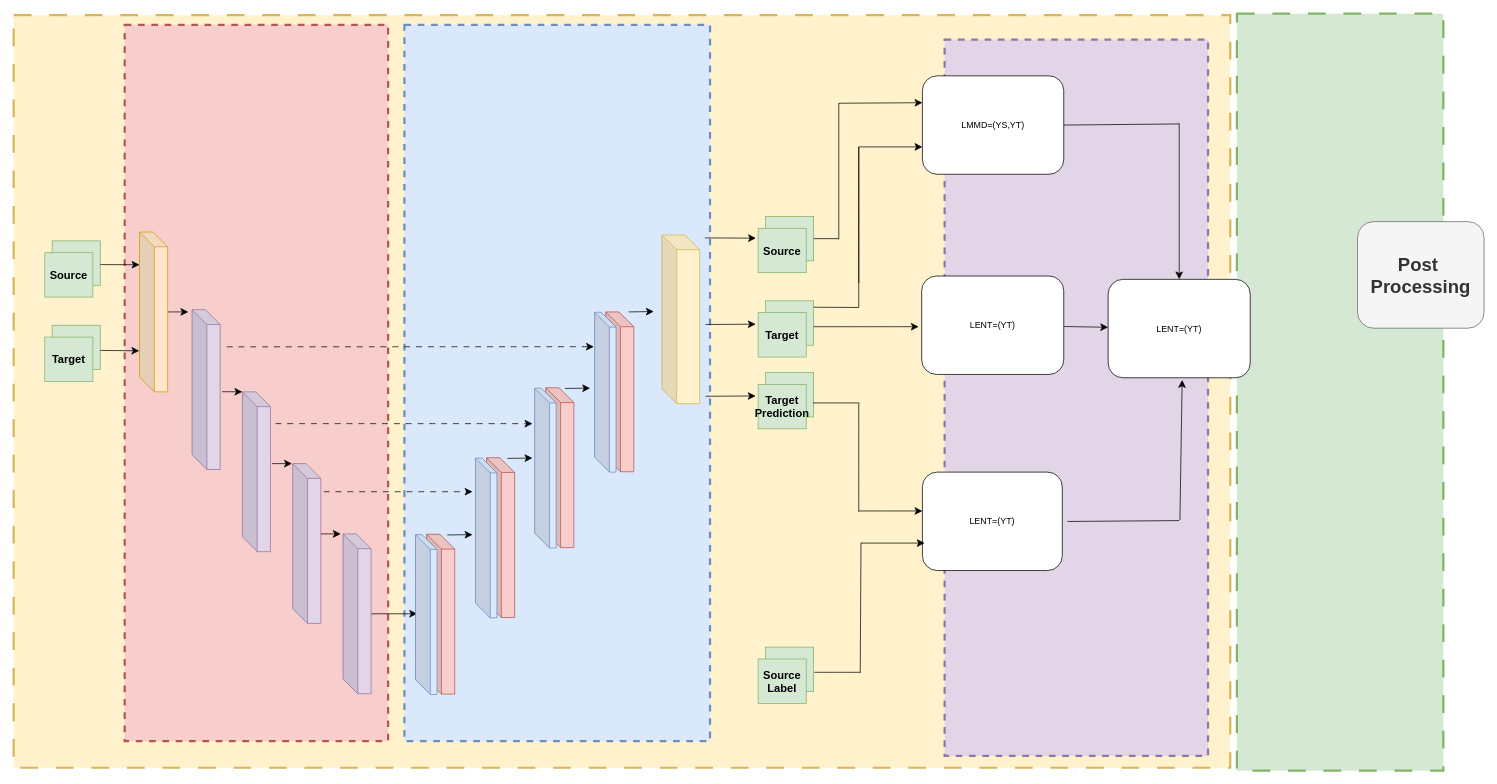
The draw.io diagram Spatina Net.drawio in Yingda-Yu/Spartina-Earth, before the edit. Source tidied: cells renumbered, new cells numbered last; positions are measured from the earlier drawing's top-left corner, leaving out a move shared by most shapes. Both pictures are drawn from the tidied source at 74%, with x=0, y=0 at pixel (13, 13).
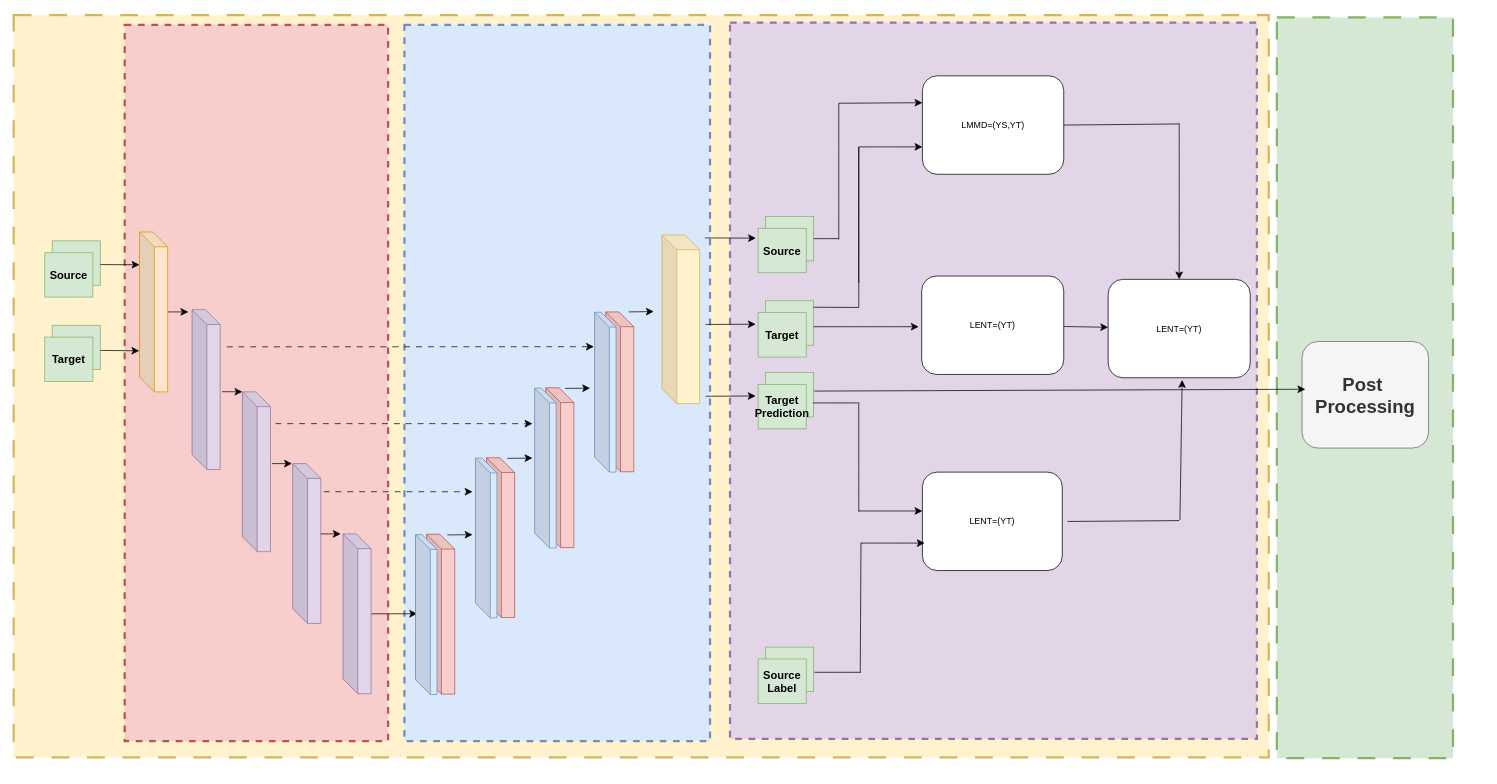
The same page after the edit.

Diff of the diagram source:
```diff
@@
     <mxCell id="2" style="verticalLabelPosition=bottom;verticalAlign=top;html=1;shape=mxgraph.basic.rect;fillColor2=none;strokeWidth=3;size=0;indent=5;dashed=1;dashPattern=8 8;strokeColor=#d6b656;fillColor=#fff2cc;" parent="1" vertex="1">
-      <mxGeometry y="2" width="1644" height="1017" as="geometry" />
+      <mxGeometry y="2" width="1696" height="1003" as="geometry" />
     </mxCell>
@@
     <mxCell id="5" style="verticalLabelPosition=bottom;verticalAlign=top;html=1;shape=mxgraph.basic.rect;fillColor2=none;strokeWidth=3;size=0;indent=5;dashed=1;dashPattern=8 8;strokeColor=#82b366;fillColor=#d5e8d4;" parent="1" vertex="1">
-      <mxGeometry x="1653" width="279" height="1023" as="geometry" />
+      <mxGeometry x="1707" y="5" width="238" height="1001" as="geometry" />
     </mxCell>
     <mxCell id="6" style="verticalLabelPosition=bottom;verticalAlign=top;html=1;shape=mxgraph.basic.rect;fillColor2=none;strokeWidth=3;size=0;indent=5;dashed=1;strokeColor=#9673a6;fillColor=#e1d5e7;" parent="1" vertex="1">
-      <mxGeometry x="1258" y="35" width="356" height="968" as="geometry" />
+      <mxGeometry x="968" y="12" width="712" height="968" as="geometry" />
     </mxCell>
@@
     <mxCell id="25" value="&lt;font style=&quot;font-size: 25px;&quot;&gt;&lt;b&gt;Post&amp;nbsp;&lt;/b&gt;&lt;/font&gt;&lt;div&gt;&lt;font style=&quot;font-size: 25px;&quot;&gt;&lt;b&gt;Processing&lt;/b&gt;&lt;/font&gt;&lt;/div&gt;" style="rounded=1;whiteSpace=wrap;html=1;fillColor=#f5f5f5;fontColor=#333333;strokeColor=#666666;" parent="1" vertex="1">
-      <mxGeometry x="1816" y="281" width="171" height="144" as="geometry" />
+      <mxGeometry x="1741" y="443" width="171" height="144" as="geometry" />
     </mxCell>
@@
+    <mxCell id="74" style="edgeStyle=none;curved=1;rounded=0;jettySize=auto;html=1;fontSize=12;startSize=8;endSize=8;entryX=0.026;entryY=0.448;entryDx=0;entryDy=0;entryPerimeter=0;" parent="1" edge="1" target="25">
+      <mxGeometry relative="1" as="geometry">
+        <mxPoint x="1082" y="510" as="sourcePoint" />
+      </mxGeometry>
+    </mxCell>
```
